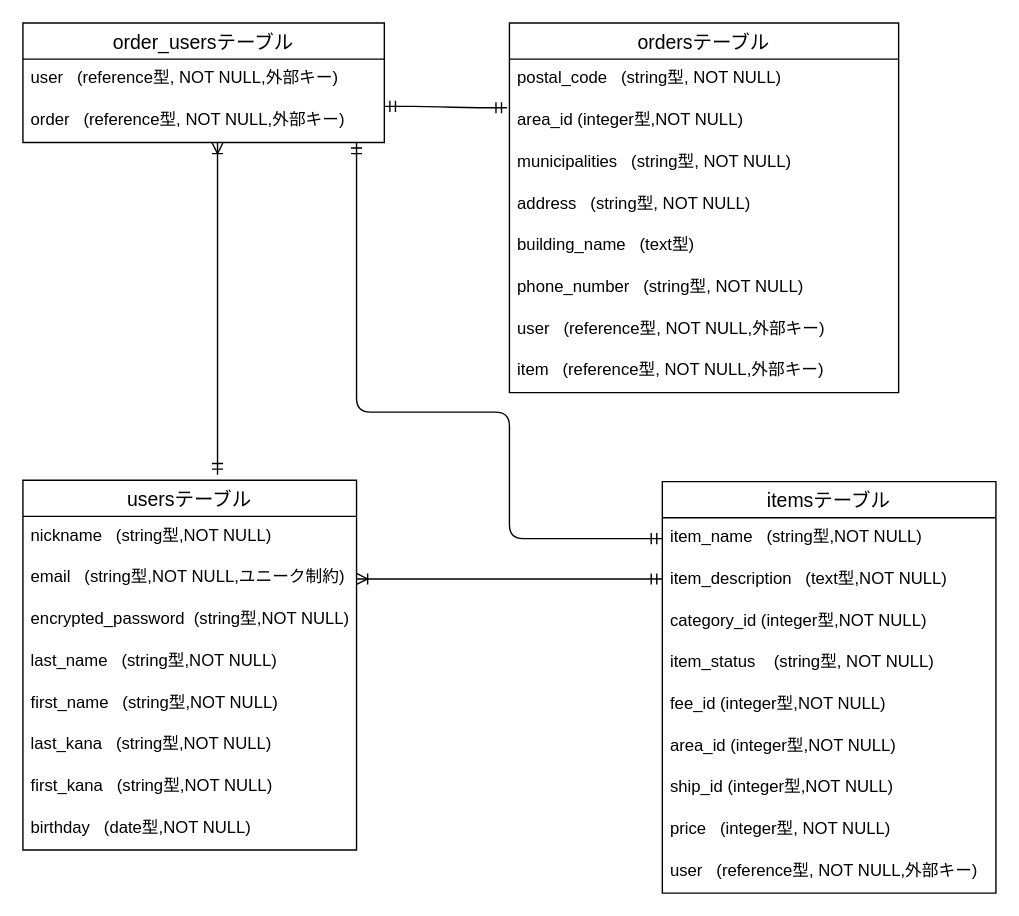
The draw.io diagram furima36474.dio in ryo1374/furima-36474, before the edit. Source tidied: cells renumbered, new cells numbered last; positions are measured from the earlier drawing's top-left corner, leaving out a move shared by most shapes. Both pictures are drawn from the tidied source at 139%, with x=0, y=0 at pixel (22, 22).
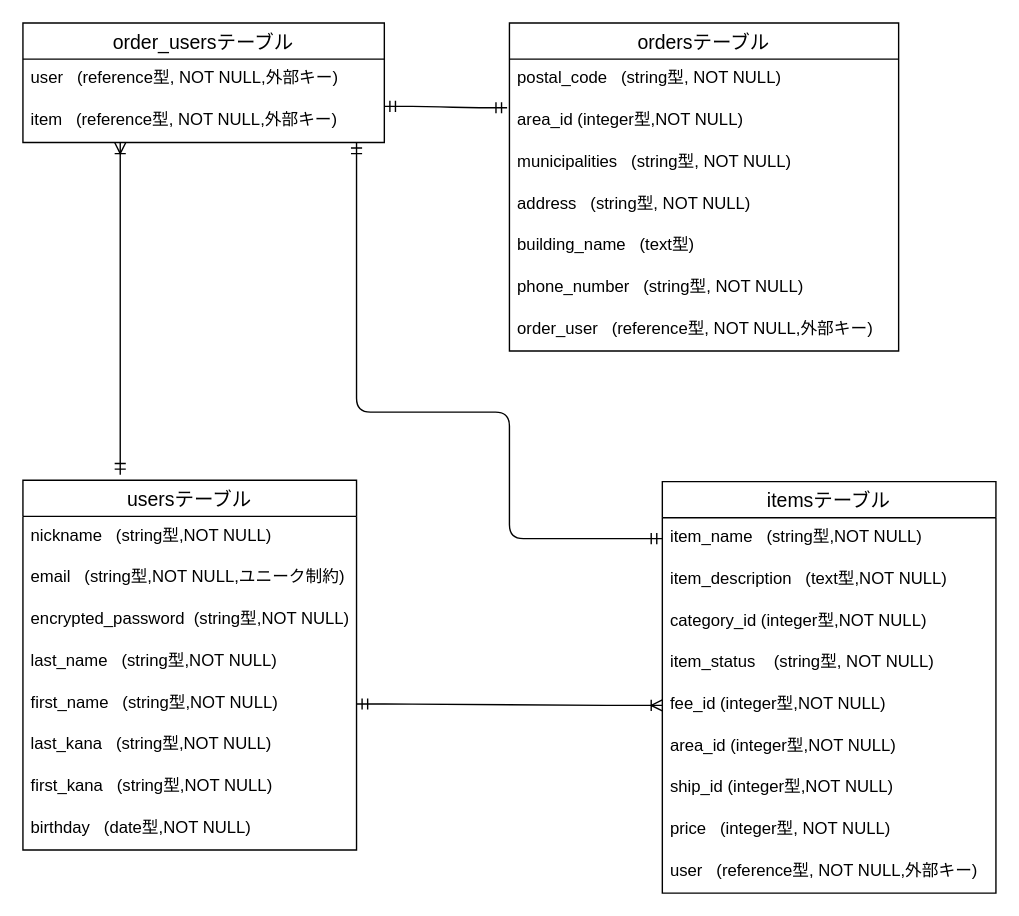
The same page after the edit.

Unchanged cells that the change refers to:
```xml
<mxCell id="4" value="email   (string型,NOT NULL,ユニーク制約)" style="text;strokeColor=none;fillColor=none;spacingLeft=4;spacingRight=4;overflow=hidden;points=[[0,0.5],[1,0.5]];portConstraint=eastwest;fontSize=12;" parent="2" vertex="1">
  <mxGeometry y="56" width="240" height="30" as="geometry" />
</mxCell>
<mxCell id="16" value="fee_id   (integer型,NOT NULL)" style="text;strokeColor=none;fillColor=none;spacingLeft=4;spacingRight=4;overflow=hidden;points=[[0,0.5],[1,0.5]];portConstraint=eastwest;fontSize=12;" parent="11" vertex="1">
  <mxGeometry y="146" width="240" height="30" as="geometry" />
</mxCell>
<mxCell id="30" value="order_usersテーブル" style="swimlane;fontStyle=0;horizontal=1;startSize=26;align=center;fontSize=14;" parent="1" vertex="1">
  <mxGeometry width="260" height="86" as="geometry" />
</mxCell>
```

Diff of the diagram source:
```diff
@@
     <mxCell id="21" value="ordersテーブル" style="swimlane;fontStyle=0;horizontal=1;startSize=26;align=center;fontSize=14;" parent="1" vertex="1">
-      <mxGeometry x="350" width="280" height="266" as="geometry" />
+      <mxGeometry x="350" width="280" height="236" as="geometry" />
     </mxCell>
@@
-    <mxCell id="28" value="user   (reference型, NOT NULL,外部キー)" style="text;strokeColor=none;fillColor=none;spacingLeft=4;spacingRight=4;overflow=hidden;fontSize=12;" parent="21" vertex="1">
+    <mxCell id="28" value="order_user   (reference型, NOT NULL,外部キー)" style="text;strokeColor=none;fillColor=none;spacingLeft=4;spacingRight=4;overflow=hidden;fontSize=12;" parent="21" vertex="1">
       <mxGeometry y="206" width="280" height="30" as="geometry" />
     </mxCell>
-    <mxCell id="29" value="item   (reference型, NOT NULL,外部キー)" style="text;strokeColor=none;fillColor=none;spacingLeft=4;spacingRight=4;overflow=hidden;fontSize=12;" parent="21" vertex="1">
-      <mxGeometry y="236" width="280" height="30" as="geometry" />
-    </mxCell>
@@
-    <mxCell id="32" value="order   (reference型, NOT NULL,外部キー)" style="text;strokeColor=none;fillColor=none;spacingLeft=4;spacingRight=4;overflow=hidden;fontSize=12;" parent="30" vertex="1">
+    <mxCell id="32" value="item   (reference型, NOT NULL,外部キー)" style="text;strokeColor=none;fillColor=none;spacingLeft=4;spacingRight=4;overflow=hidden;fontSize=12;" parent="30" vertex="1">
       <mxGeometry y="56" width="260" height="30" as="geometry" />
     </mxCell>
     <mxCell id="33" style="edgeStyle=elbowEdgeStyle;fontSize=12;html=1;endArrow=ERoneToMany;startArrow=ERmandOne;" parent="1" edge="1">
       <mxGeometry relative="1" as="geometry">
-        <mxPoint x="140" y="325" as="sourcePoint" />
-        <mxPoint x="140" y="86" as="targetPoint" />
+        <mxPoint x="70" y="325" as="sourcePoint" />
+        <mxPoint x="70" y="86" as="targetPoint" />
         <Array as="points">
-          <mxPoint x="140" y="255" />
+          <mxPoint x="70" y="255" />
         </Array>
       </mxGeometry>
     </mxCell>
-    <mxCell id="34" style="edgeStyle=elbowEdgeStyle;fontSize=12;html=1;endArrow=ERoneToMany;startArrow=ERmandOne;entryX=1;entryY=0.5;entryDx=0;entryDy=0;" parent="1" edge="1" target="4">
-      <mxGeometry relative="1" as="geometry">
-        <mxPoint x="460" y="400" as="sourcePoint" />
-        <Array as="points">
-          <mxPoint x="410" y="400" />
-          <mxPoint x="390" y="390" />
-          <mxPoint x="390" y="400" />
-          <mxPoint x="320" y="400" />
-          <mxPoint x="300" y="490" />
-        </Array>
-      </mxGeometry>
-    </mxCell>
@@
+    <mxCell id="37" style="edgeStyle=entityRelationEdgeStyle;fontSize=12;html=1;endArrow=ERoneToMany;startArrow=ERmandOne;entryX=0;entryY=0.5;entryDx=0;entryDy=0;" parent="1" edge="1" target="16">
+      <mxGeometry relative="1" as="geometry">
+        <mxPoint x="240" y="490" as="sourcePoint" />
+      </mxGeometry>
+    </mxCell>
```
